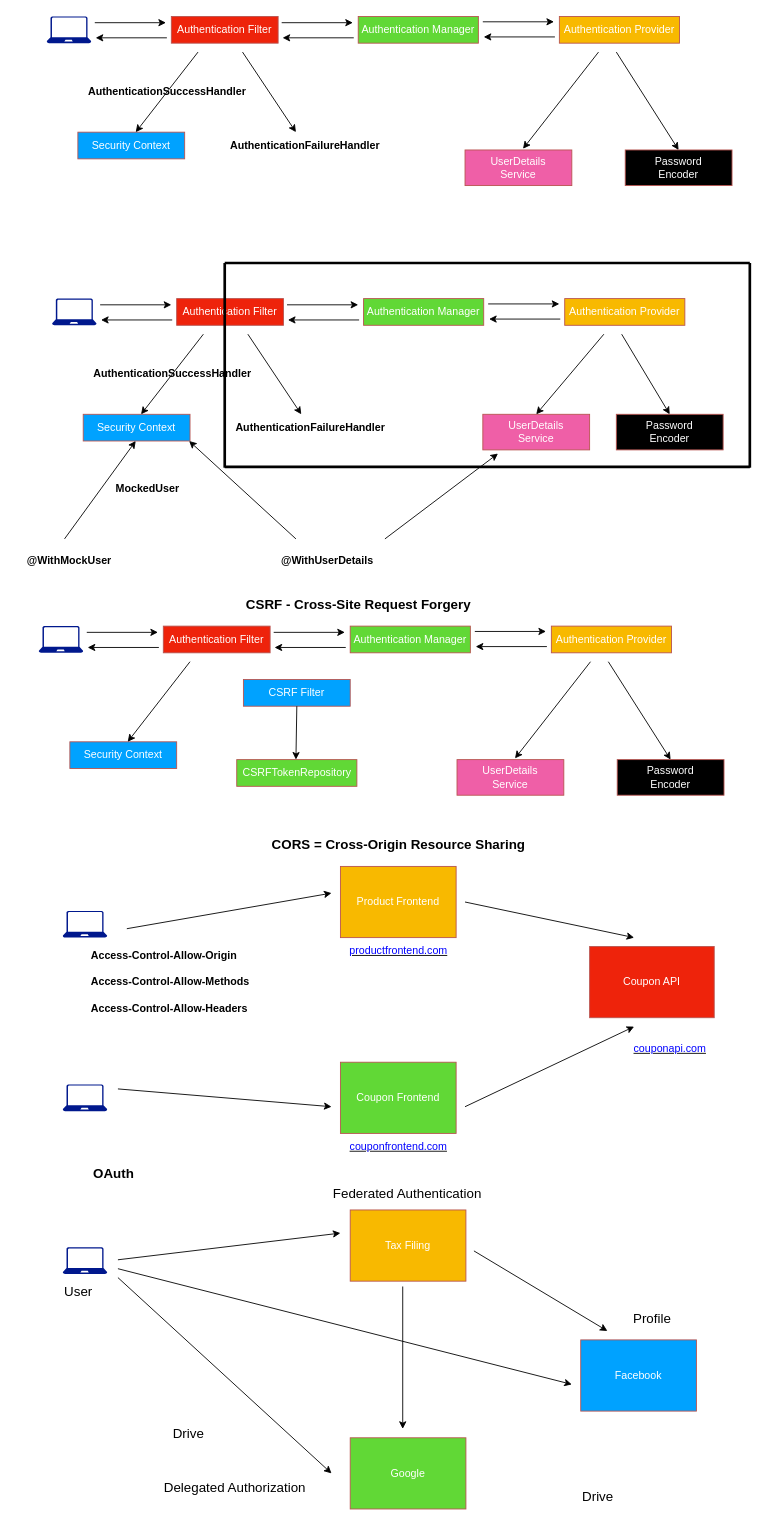
The draw.io diagram BE/technical/Spring-Security.drawio in afflato/system, before the edit. Source tidied: cells renumbered, new cells numbered last; positions are measured from the earlier drawing's top-left corner, leaving out a move shared by most shapes. Both pictures are drawn from the tidied source at 89%, with x=0, y=0 at pixel (15, 16).
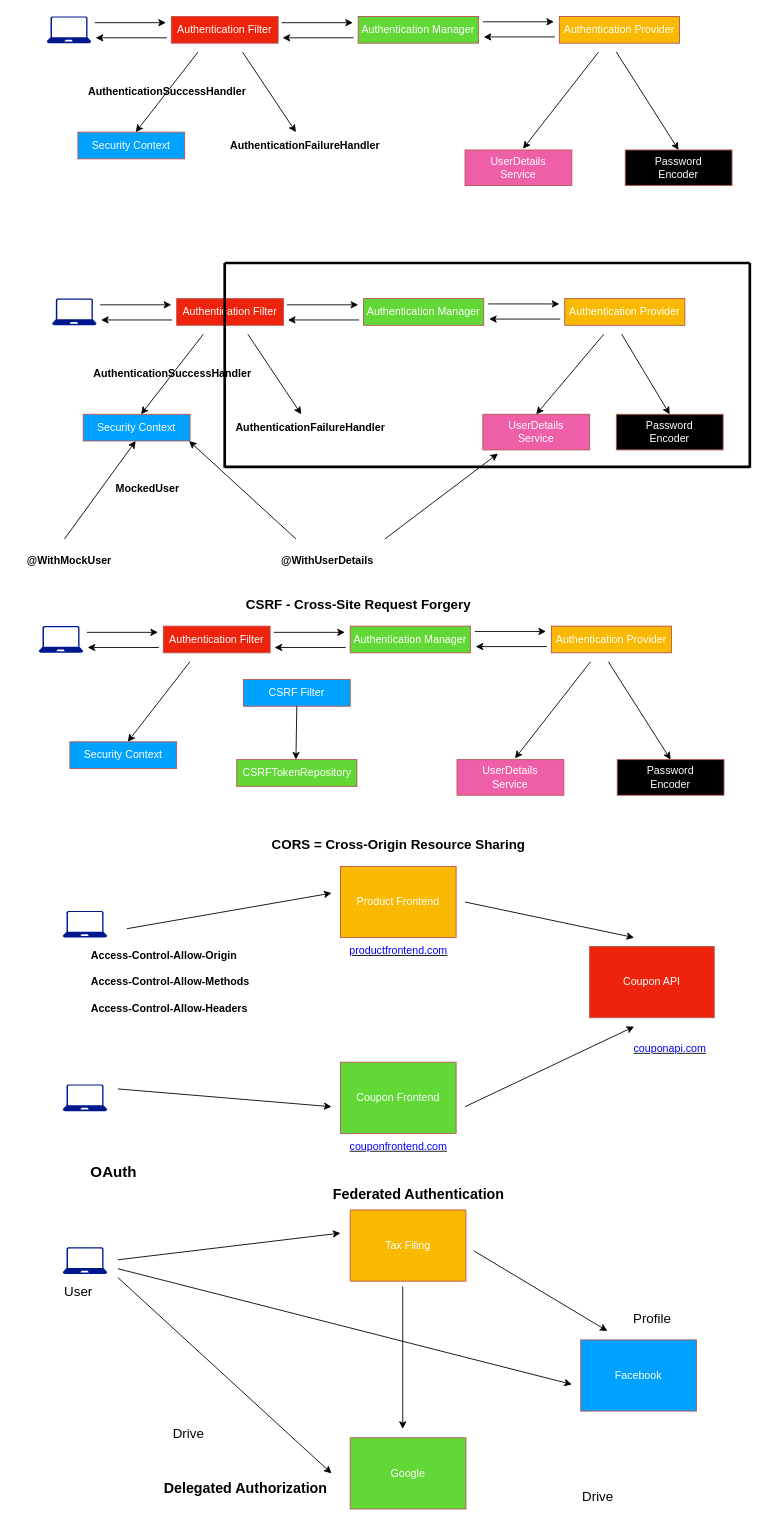
The same diagram, later.

Change to the diagram source:
```diff
@@
-    <mxCell id="89" value="&lt;b&gt;&lt;font style=&quot;font-size: 15px;&quot;&gt;OAuth&lt;/font&gt;&lt;/b&gt;" style="text;html=1;align=center;verticalAlign=middle;strokeColor=none;fillColor=none;" parent="1" vertex="1">
-      <mxGeometry x="75" y="1285" width="70" height="30" as="geometry" />
+    <mxCell id="89" value="&lt;b&gt;&lt;font style=&quot;font-size: 17px;&quot;&gt;OAuth&lt;/font&gt;&lt;/b&gt;" style="text;html=1;align=center;verticalAlign=middle;strokeColor=none;fillColor=none;" parent="1" vertex="1">
+      <mxGeometry x="70" y="1285" width="80" height="30" as="geometry" />
     </mxCell>
@@
-    <mxCell id="103" value="&lt;font style=&quot;font-size: 15px;&quot;&gt;Federated Authentication&lt;/font&gt;" style="text;whiteSpace=wrap;html=1;" parent="1" vertex="1">
-      <mxGeometry x="355" y="1307" width="190" height="30" as="geometry" />
+    <mxCell id="103" value="&lt;font style=&quot;font-size: 16px;&quot;&gt;&lt;b&gt;Federated Authentication&lt;/b&gt;&lt;/font&gt;" style="text;whiteSpace=wrap;html=1;" parent="1" vertex="1">
+      <mxGeometry x="355" y="1307" width="210" height="30" as="geometry" />
     </mxCell>
-    <mxCell id="104" value="&lt;font style=&quot;font-size: 15px;&quot;&gt;Delegated Authorization&lt;/font&gt;" style="text;whiteSpace=wrap;html=1;" parent="1" vertex="1">
-      <mxGeometry x="165" y="1637" width="180" height="30" as="geometry" />
+    <mxCell id="104" value="&lt;font style=&quot;font-size: 16px;&quot;&gt;&lt;b&gt;Delegated Authorization&lt;/b&gt;&lt;/font&gt;" style="text;whiteSpace=wrap;html=1;" parent="1" vertex="1">
+      <mxGeometry x="165" y="1637" width="190" height="30" as="geometry" />
     </mxCell>
```
